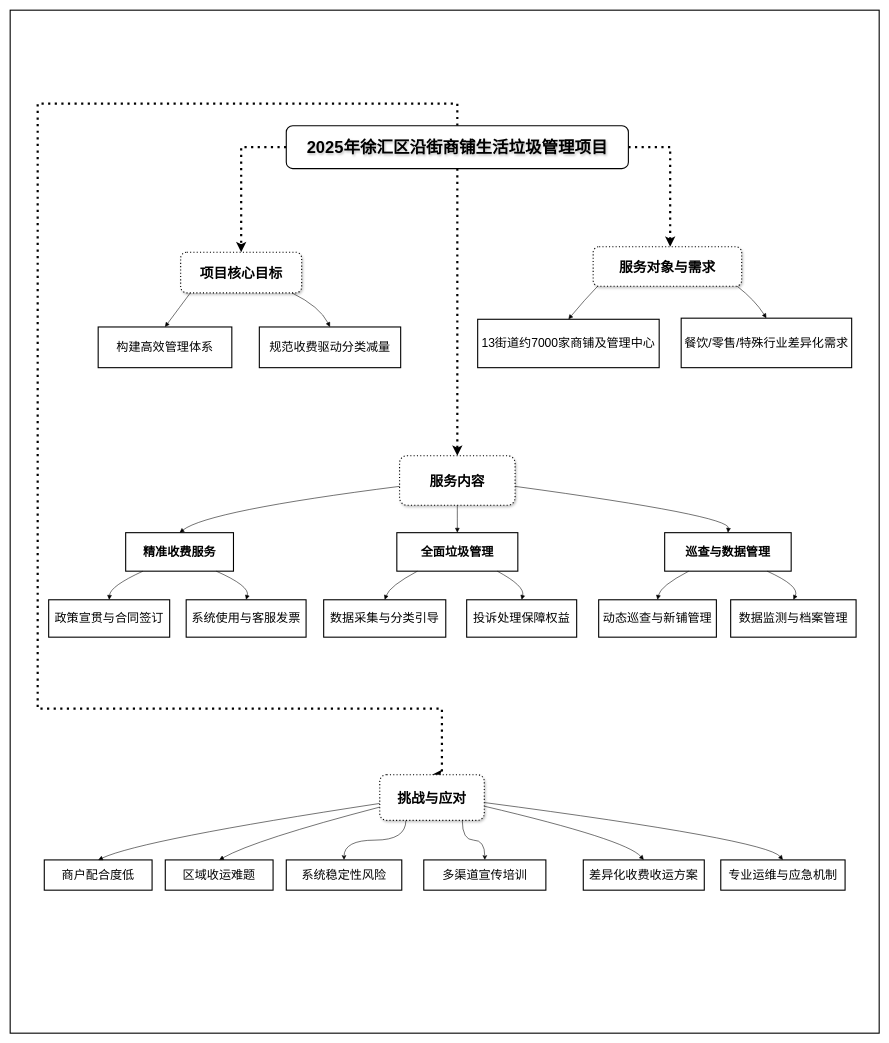
Before: 未命名绘图.drawio in wss1801/test2, a draw.io diagram. Source tidied: cells renumbered, new cells numbered last; positions are measured from the earlier drawing's top-left corner, leaving out a move shared by most shapes. Both pictures are drawn from the tidied source at 55%, with x=0, y=0 at pixel (10, 10).
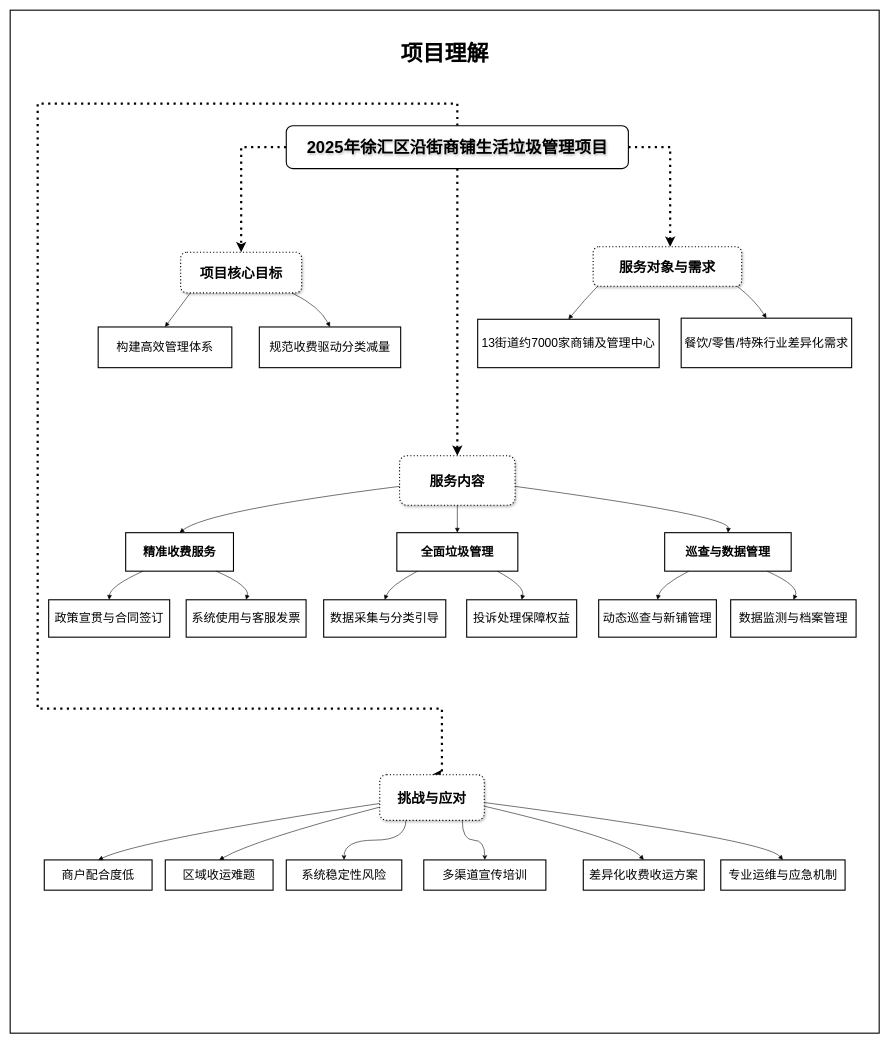
After the change.

Commit message:
更新未命名绘图.drawio

Change to the diagram source:
```diff
@@
-    <mxCell id="2" value="&#10;项目理解" style="whiteSpace=wrap;strokeWidth=2;hachureGap=4;fontFamily=Verdana;fontSize=40;verticalAlign=top;fontStyle=1;labelBackgroundColor=none;rounded=0;shadow=0;fontColor=none;noLabel=1;" parent="1" vertex="1">
+    <mxCell id="2" value="&#10;项目理解" style="whiteSpace=wrap;strokeWidth=2;hachureGap=4;fontFamily=Verdana;fontSize=40;verticalAlign=top;fontStyle=1;labelBackgroundColor=none;rounded=0;shadow=0;fontColor=#000000;" parent="1" vertex="1">
       <mxGeometry width="1580" height="1860" as="geometry" />
     </mxCell>
```
